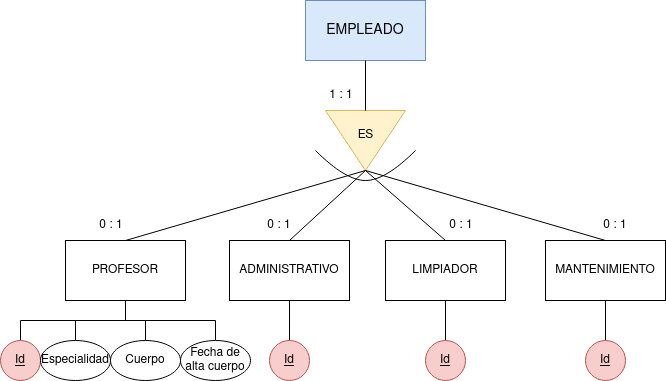
Earlier version of the draw.io export Unidad-2/Tareas/Tarea-8/images/Tarea_8.png (IsaiasTolP/Base-Datos). Source tidied: cells renumbered, new cells last; positions are measured from the earlier drawing's top-left corner, leaving out a move shared by most shapes.
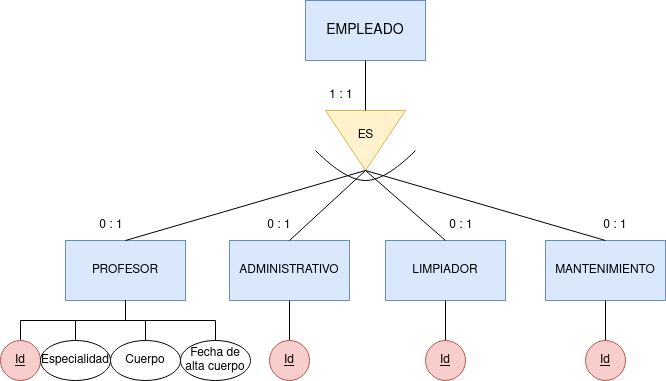
The same file after the commit.

Diff of the diagram source:
```diff
@@ -11,16 +11,16 @@
     <mxCell id="4" value="ES" style="text;html=1;align=center;verticalAlign=middle;strokeColor=none;fillColor=none;" parent="1" vertex="1">
       <mxGeometry x="345" y="120" width="40" height="30" as="geometry" />
     </mxCell>
-    <mxCell id="5" value="PROFESOR" style="rounded=0;whiteSpace=wrap;html=1;" parent="1" vertex="1">
+    <mxCell id="5" value="PROFESOR" style="rounded=0;whiteSpace=wrap;html=1;fillColor=#dae8fc;strokeColor=#6c8ebf;" parent="1" vertex="1">
       <mxGeometry x="65" y="240" width="120" height="60" as="geometry" />
     </mxCell>
-    <mxCell id="6" value="MANTENIMIENTO" style="rounded=0;whiteSpace=wrap;html=1;" parent="1" vertex="1">
+    <mxCell id="6" value="MANTENIMIENTO" style="rounded=0;whiteSpace=wrap;html=1;fillColor=#dae8fc;strokeColor=#6c8ebf;" parent="1" vertex="1">
       <mxGeometry x="545" y="240" width="120" height="60" as="geometry" />
     </mxCell>
-    <mxCell id="7" value="ADMINISTRATIVO" style="rounded=0;whiteSpace=wrap;html=1;" parent="1" vertex="1">
+    <mxCell id="7" value="ADMINISTRATIVO" style="rounded=0;whiteSpace=wrap;html=1;fillColor=#dae8fc;strokeColor=#6c8ebf;" parent="1" vertex="1">
       <mxGeometry x="229" y="240" width="120" height="60" as="geometry" />
     </mxCell>
-    <mxCell id="8" value="LIMPIADOR" style="rounded=0;whiteSpace=wrap;html=1;" parent="1" vertex="1">
+    <mxCell id="8" value="LIMPIADOR" style="rounded=0;whiteSpace=wrap;html=1;fillColor=#dae8fc;strokeColor=#6c8ebf;" parent="1" vertex="1">
       <mxGeometry x="385" y="240" width="120" height="60" as="geometry" />
     </mxCell>
     <mxCell id="9" style="endArrow=none;html=1;rounded=0;entryX=1;entryY=0.5;entryDx=0;entryDy=0;exitX=0.5;exitY=0;exitDx=0;exitDy=0;" parent="1" edge="1" source="5" target="3">
```
